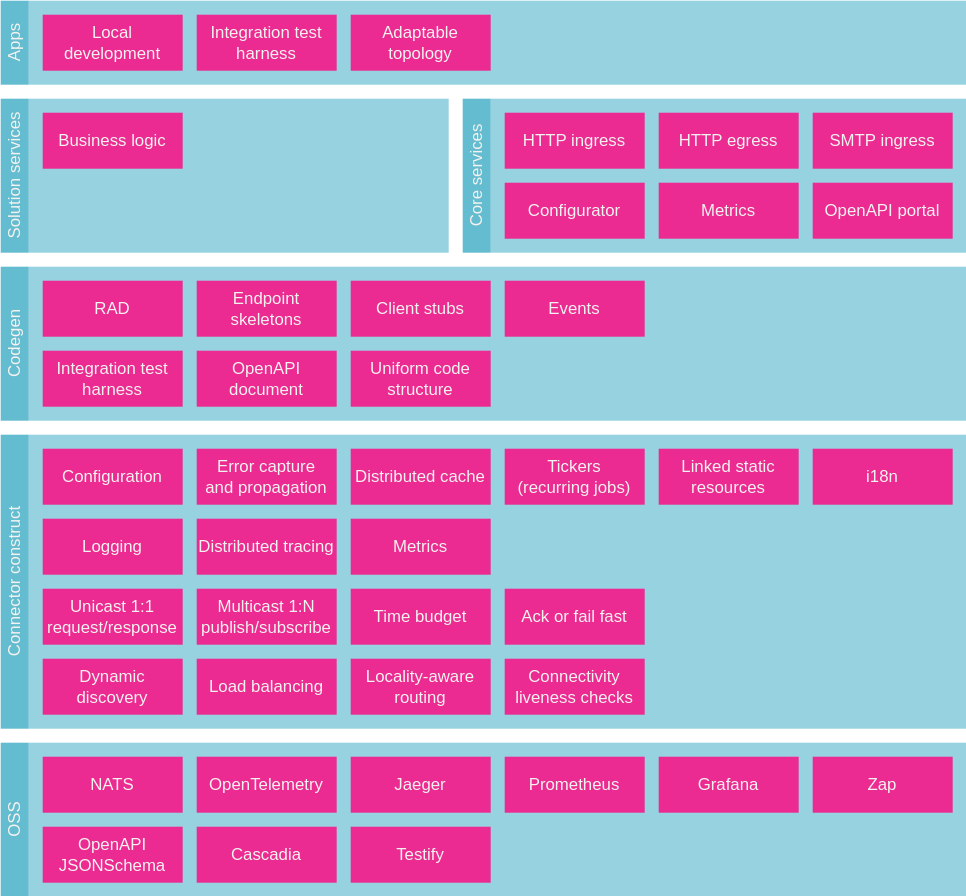
Earlier version of the draw.io export docs/blocks/layers-1.drawio.svg (microbus-io/fabric). Source tidied: cells renumbered, new cells last; positions are measured from the earlier drawing's top-left corner, leaving out a move shared by most shapes.
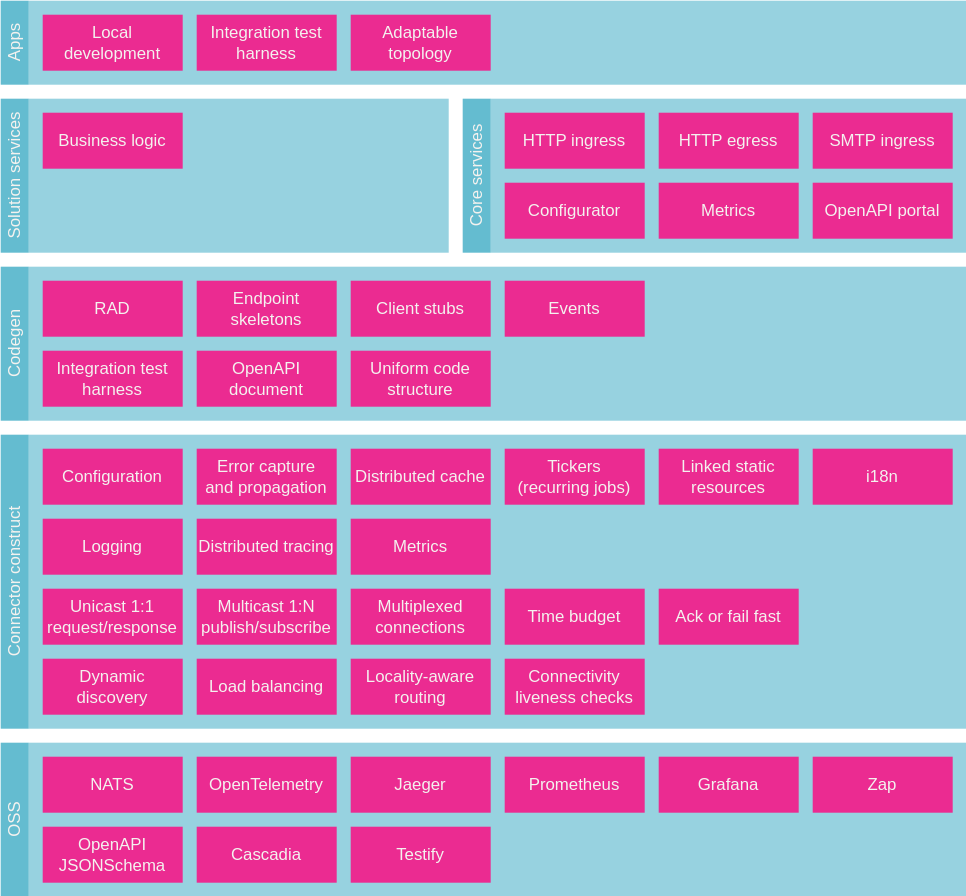
Later version of the same file.

Diff of the diagram source:
```diff
@@ -72,10 +72,10 @@
       <mxGeometry x="140" y="420" width="100" height="40" as="geometry" />
     </mxCell>
     <mxCell id="25" value="Time budget" style="rounded=0;whiteSpace=wrap;html=1;fillColor=#eb2b91;strokeColor=none;fontColor=#F4F2EF;align=center;verticalAlign=middle;fontFamily=Helvetica;fontSize=12;" parent="1" vertex="1">
-      <mxGeometry x="250" y="420" width="100" height="40" as="geometry" />
+      <mxGeometry x="360" y="420" width="100" height="40" as="geometry" />
     </mxCell>
     <mxCell id="26" value="Ack or fail fast" style="rounded=0;whiteSpace=wrap;html=1;fillColor=#eb2b91;strokeColor=none;fontColor=#F4F2EF;align=center;verticalAlign=middle;fontFamily=Helvetica;fontSize=12;" parent="1" vertex="1">
-      <mxGeometry x="360" y="420" width="100" height="40" as="geometry" />
+      <mxGeometry x="470" y="420" width="100" height="40" as="geometry" />
     </mxCell>
     <mxCell id="27" value="NATS" style="rounded=0;whiteSpace=wrap;html=1;fillColor=#eb2b91;strokeColor=none;fontColor=#F4F2EF;align=center;verticalAlign=middle;fontFamily=Helvetica;fontSize=12;" parent="1" vertex="1">
       <mxGeometry x="30" y="540" width="100" height="40" as="geometry" />
@@ -167,5 +167,8 @@
     <mxCell id="56" value="Locality-aware routing" style="rounded=0;whiteSpace=wrap;html=1;fillColor=#eb2b91;strokeColor=none;fontColor=#F4F2EF;align=center;verticalAlign=middle;fontFamily=Helvetica;fontSize=12;" parent="1" vertex="1">
       <mxGeometry x="250" y="470" width="100" height="40" as="geometry" />
     </mxCell>
+    <mxCell id="57" value="Multiplexed connections" style="rounded=0;whiteSpace=wrap;html=1;fillColor=#eb2b91;strokeColor=none;fontColor=#F4F2EF;align=center;verticalAlign=middle;fontFamily=Helvetica;fontSize=12;" parent="1" vertex="1">
+      <mxGeometry x="250" y="420" width="100" height="40" as="geometry" />
+    </mxCell>
   </root>
 </mxGraphModel>
```
